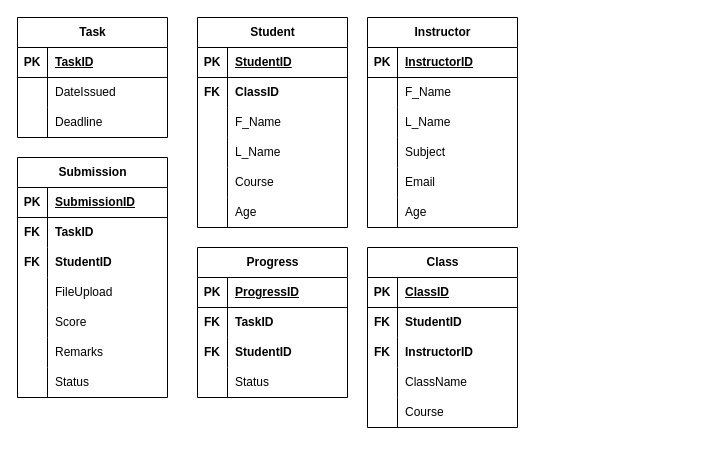
RexKvntt/2nd-Year-Projects keeps this draw.io diagram as finals_erd.drawio. Above is the earlier version. Source tidied: cells renumbered, new cells numbered last; positions are measured from the earlier drawing's top-left corner, leaving out a move shared by most shapes. Both pictures are drawn from the tidied source at 100%, with x=0, y=0 at pixel (17, 17).
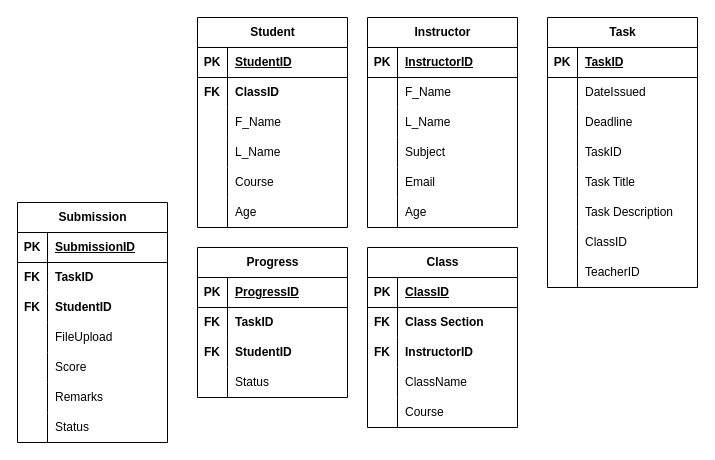
After the change.

Unchanged cells that the change refers to:
```xml
<mxCell id="89" style="shape=tableRow;horizontal=0;startSize=0;swimlaneHead=0;swimlaneBody=0;fillColor=none;top=0;left=0;right=0;bottom=0;" parent="85" vertex="1">
  <mxGeometry y="60" width="150" height="30" as="geometry" />
</mxCell>
```

Change to the diagram source:
```diff
@@
     <mxCell id="2" value="Task" style="shape=table;startSize=30;childLayout=tableLayout;rowLines=0;fontStyle=1;align=center;html=1;" parent="1" vertex="1">
-      <mxGeometry width="150" height="120" as="geometry" />
+      <mxGeometry x="530" width="150" height="270" as="geometry" />
     </mxCell>
@@
+    <mxCell id="101" style="shape=tableRow;horizontal=0;startSize=0;swimlaneHead=0;swimlaneBody=0;fillColor=none;top=0;left=0;right=0;bottom=0;" parent="2" vertex="1">
+      <mxGeometry y="120" width="150" height="30" as="geometry" />
+    </mxCell>
+    <mxCell id="102" style="shape=partialRectangle;fillColor=none;top=0;left=0;bottom=0;right=0;overflow=hidden;whiteSpace=wrap;html=1;" parent="101" vertex="1">
+      <mxGeometry width="30" height="30" as="geometry" />
+    </mxCell>
+    <mxCell id="103" value="TaskID" style="shape=partialRectangle;fillColor=none;top=0;left=0;bottom=0;right=0;align=left;spacingLeft=6;overflow=hidden;whiteSpace=wrap;html=1;" parent="101" vertex="1">
+      <mxGeometry x="30" width="120" height="30" as="geometry" />
+    </mxCell>
+    <mxCell id="104" style="shape=tableRow;horizontal=0;startSize=0;swimlaneHead=0;swimlaneBody=0;fillColor=none;top=0;left=0;right=0;bottom=0;" parent="2" vertex="1">
+      <mxGeometry y="150" width="150" height="30" as="geometry" />
+    </mxCell>
+    <mxCell id="105" style="shape=partialRectangle;fillColor=none;top=0;left=0;bottom=0;right=0;overflow=hidden;whiteSpace=wrap;html=1;" parent="104" vertex="1">
+      <mxGeometry width="30" height="30" as="geometry" />
+    </mxCell>
+    <mxCell id="106" value="Task Title" style="shape=partialRectangle;fillColor=none;top=0;left=0;bottom=0;right=0;align=left;spacingLeft=6;overflow=hidden;whiteSpace=wrap;html=1;" parent="104" vertex="1">
+      <mxGeometry x="30" width="120" height="30" as="geometry" />
+    </mxCell>
+    <mxCell id="107" style="shape=tableRow;horizontal=0;startSize=0;swimlaneHead=0;swimlaneBody=0;fillColor=none;top=0;left=0;right=0;bottom=0;" parent="2" vertex="1">
+      <mxGeometry y="180" width="150" height="30" as="geometry" />
+    </mxCell>
+    <mxCell id="108" style="shape=partialRectangle;fillColor=none;top=0;left=0;bottom=0;right=0;overflow=hidden;whiteSpace=wrap;html=1;" parent="107" vertex="1">
+      <mxGeometry width="30" height="30" as="geometry" />
+    </mxCell>
+    <mxCell id="109" value="Task Description" style="shape=partialRectangle;fillColor=none;top=0;left=0;bottom=0;right=0;align=left;spacingLeft=6;overflow=hidden;whiteSpace=wrap;html=1;" parent="107" vertex="1">
+      <mxGeometry x="30" width="120" height="30" as="geometry" />
+    </mxCell>
+    <mxCell id="110" style="shape=tableRow;horizontal=0;startSize=0;swimlaneHead=0;swimlaneBody=0;fillColor=none;top=0;left=0;right=0;bottom=0;" parent="2" vertex="1">
+      <mxGeometry y="210" width="150" height="30" as="geometry" />
+    </mxCell>
+    <mxCell id="111" style="shape=partialRectangle;fillColor=none;top=0;left=0;bottom=0;right=0;overflow=hidden;whiteSpace=wrap;html=1;" parent="110" vertex="1">
+      <mxGeometry width="30" height="30" as="geometry" />
+    </mxCell>
+    <mxCell id="112" value="ClassID" style="shape=partialRectangle;fillColor=none;top=0;left=0;bottom=0;right=0;align=left;spacingLeft=6;overflow=hidden;whiteSpace=wrap;html=1;" parent="110" vertex="1">
+      <mxGeometry x="30" width="120" height="30" as="geometry" />
+    </mxCell>
+    <mxCell id="113" style="shape=tableRow;horizontal=0;startSize=0;swimlaneHead=0;swimlaneBody=0;fillColor=none;top=0;left=0;right=0;bottom=0;" parent="2" vertex="1">
+      <mxGeometry y="240" width="150" height="30" as="geometry" />
+    </mxCell>
+    <mxCell id="114" style="shape=partialRectangle;fillColor=none;top=0;left=0;bottom=0;right=0;overflow=hidden;whiteSpace=wrap;html=1;" parent="113" vertex="1">
+      <mxGeometry width="30" height="30" as="geometry" />
+    </mxCell>
+    <mxCell id="115" value="TeacherID" style="shape=partialRectangle;fillColor=none;top=0;left=0;bottom=0;right=0;align=left;spacingLeft=6;overflow=hidden;whiteSpace=wrap;html=1;" parent="113" vertex="1">
+      <mxGeometry x="30" width="120" height="30" as="geometry" />
+    </mxCell>
@@
     <mxCell id="31" value="Submission" style="shape=table;startSize=30;childLayout=tableLayout;rowLines=0;fontStyle=1;align=center;html=1;" parent="1" vertex="1">
-      <mxGeometry y="140" width="150" height="240" as="geometry" />
+      <mxGeometry y="185" width="150" height="240" as="geometry" />
     </mxCell>
@@
-    <mxCell id="91" value="&lt;b&gt;StudentID&lt;/b&gt;" style="shape=partialRectangle;fillColor=none;top=0;left=0;bottom=0;right=0;align=left;spacingLeft=6;overflow=hidden;whiteSpace=wrap;html=1;" parent="89" vertex="1">
+    <mxCell id="91" value="&lt;b&gt;Class Section&lt;/b&gt;" style="shape=partialRectangle;fillColor=none;top=0;left=0;bottom=0;right=0;align=left;spacingLeft=6;overflow=hidden;whiteSpace=wrap;html=1;" parent="89" vertex="1">
       <mxGeometry x="30" width="120" height="30" as="geometry" />
     </mxCell>
```
